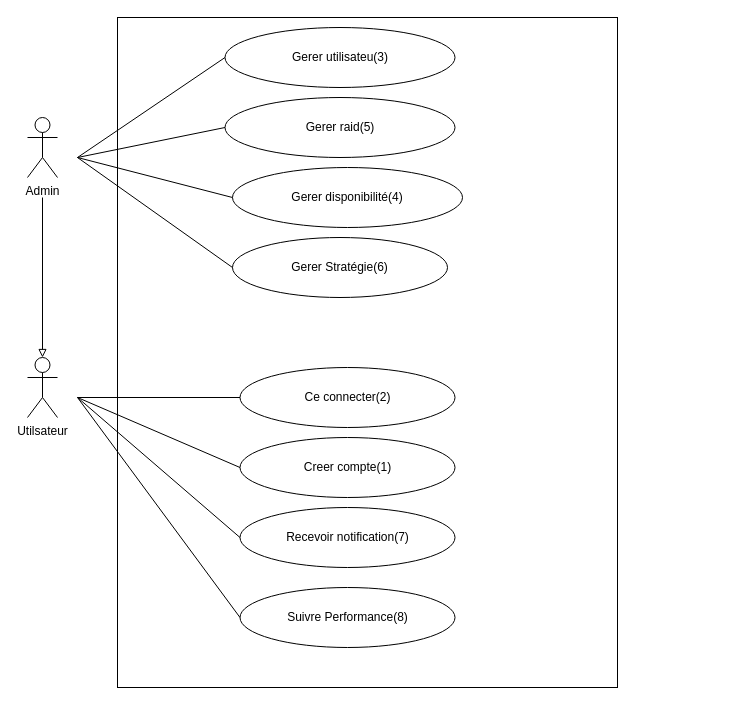
Earlier version of the draw.io diagram RaidPlanner.Analyse/Diagram/00-Use Case diagram/Use case diagram.drawio (Epestia/RaidPlanner). Source tidied: cells renumbered, new cells numbered last; positions are measured from the earlier drawing's top-left corner, leaving out a move shared by most shapes. Both pictures are drawn from the tidied source at 100%, with x=0, y=0 at pixel (27, 17).
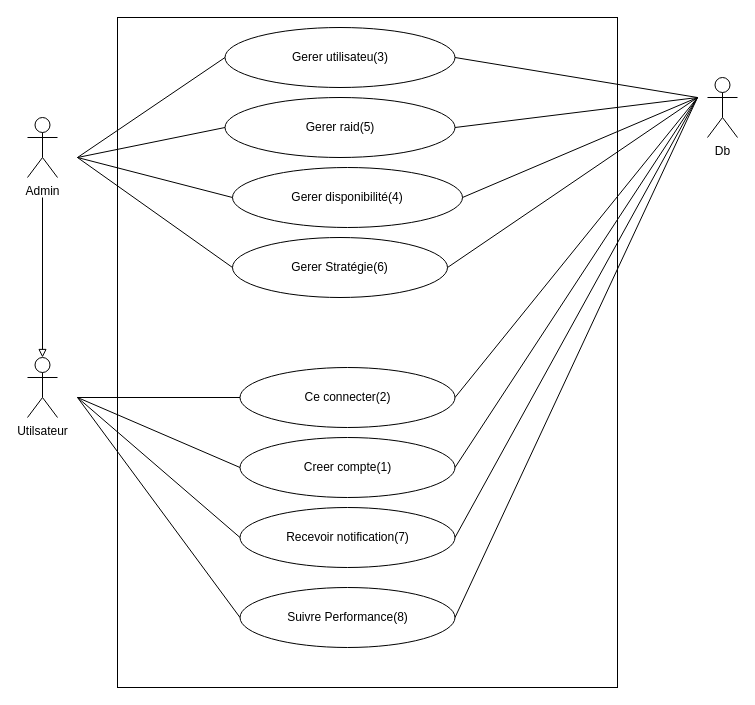
The same page after the edit.

Unchanged cells that the change refers to:
```xml
<mxCell id="5" value="Gerer utilisateu(3)" style="ellipse;whiteSpace=wrap;html=1;" parent="1" vertex="1">
  <mxGeometry x="197.5" y="10" width="230" height="60" as="geometry" />
</mxCell>
<mxCell id="7" value="&lt;div&gt;&lt;br&gt;&lt;/div&gt;&lt;div&gt;Ce connecter(2)&lt;/div&gt;&lt;div&gt;&lt;br&gt;&lt;/div&gt;" style="ellipse;whiteSpace=wrap;html=1;" parent="1" vertex="1">
  <mxGeometry x="212.5" y="350" width="215" height="60" as="geometry" />
</mxCell>
<mxCell id="9" value="Gerer raid(5)" style="ellipse;whiteSpace=wrap;html=1;" parent="1" vertex="1">
  <mxGeometry x="197.5" y="80" width="230" height="60" as="geometry" />
</mxCell>
<mxCell id="11" value="Gerer disponibilité(4)" style="ellipse;whiteSpace=wrap;html=1;" parent="1" vertex="1">
  <mxGeometry x="205" y="150" width="230" height="60" as="geometry" />
</mxCell>
<mxCell id="13" value="Creer compte(1)" style="ellipse;whiteSpace=wrap;html=1;" parent="1" vertex="1">
  <mxGeometry x="212.5" y="420" width="215" height="60" as="geometry" />
</mxCell>
<mxCell id="15" value="Gerer Stratégie(6)" style="ellipse;whiteSpace=wrap;html=1;" parent="1" vertex="1">
  <mxGeometry x="205" y="220" width="215" height="60" as="geometry" />
</mxCell>
<mxCell id="17" value="Recevoir notification(7)" style="ellipse;whiteSpace=wrap;html=1;" parent="1" vertex="1">
  <mxGeometry x="212.5" y="490" width="215" height="60" as="geometry" />
</mxCell>
<mxCell id="19" value="Suivre Performance(8)" style="ellipse;whiteSpace=wrap;html=1;" parent="1" vertex="1">
  <mxGeometry x="212.5" y="570" width="215" height="60" as="geometry" />
</mxCell>
```

The edit, as a diff of the source:
```diff
@@
+    <mxCell id="22" value="Db" style="shape=umlActor;verticalLabelPosition=bottom;verticalAlign=top;html=1;" parent="1" vertex="1">
+      <mxGeometry x="680" y="60" width="30" height="60" as="geometry" />
+    </mxCell>
+    <mxCell id="23" style="endArrow=none;html=1;rounded=0;entryX=1;entryY=0.5;entryDx=0;entryDy=0;" parent="1" edge="1" target="5">
+      <mxGeometry relative="1" as="geometry">
+        <mxPoint x="670" y="80" as="sourcePoint" />
+      </mxGeometry>
+    </mxCell>
+    <mxCell id="24" style="endArrow=none;html=1;rounded=0;entryX=1;entryY=0.5;entryDx=0;entryDy=0;" parent="1" edge="1" target="9">
+      <mxGeometry relative="1" as="geometry">
+        <mxPoint x="670" y="80" as="sourcePoint" />
+      </mxGeometry>
+    </mxCell>
+    <mxCell id="25" style="endArrow=none;html=1;rounded=0;entryX=1;entryY=0.5;entryDx=0;entryDy=0;" parent="1" edge="1" target="11">
+      <mxGeometry relative="1" as="geometry">
+        <mxPoint x="670" y="80" as="sourcePoint" />
+      </mxGeometry>
+    </mxCell>
+    <mxCell id="26" style="endArrow=none;html=1;rounded=0;exitX=1;exitY=0.5;exitDx=0;exitDy=0;" parent="1" edge="1" source="15">
+      <mxGeometry relative="1" as="geometry">
+        <mxPoint x="670" y="80" as="targetPoint" />
+      </mxGeometry>
+    </mxCell>
+    <mxCell id="27" style="endArrow=none;html=1;rounded=0;exitX=1;exitY=0.5;exitDx=0;exitDy=0;" parent="1" edge="1" source="7">
+      <mxGeometry relative="1" as="geometry">
+        <mxPoint x="670" y="80" as="targetPoint" />
+      </mxGeometry>
+    </mxCell>
+    <mxCell id="28" style="endArrow=none;html=1;rounded=0;exitX=1;exitY=0.5;exitDx=0;exitDy=0;" parent="1" edge="1" source="13">
+      <mxGeometry relative="1" as="geometry">
+        <mxPoint x="670" y="80" as="targetPoint" />
+      </mxGeometry>
+    </mxCell>
+    <mxCell id="29" style="endArrow=none;html=1;rounded=0;exitX=1;exitY=0.5;exitDx=0;exitDy=0;" parent="1" edge="1" source="17">
+      <mxGeometry relative="1" as="geometry">
+        <mxPoint x="670" y="80" as="targetPoint" />
+      </mxGeometry>
+    </mxCell>
+    <mxCell id="30" style="endArrow=none;html=1;rounded=0;exitX=1;exitY=0.5;exitDx=0;exitDy=0;" parent="1" edge="1" source="19">
+      <mxGeometry relative="1" as="geometry">
+        <mxPoint x="670" y="80" as="targetPoint" />
+      </mxGeometry>
+    </mxCell>
```
